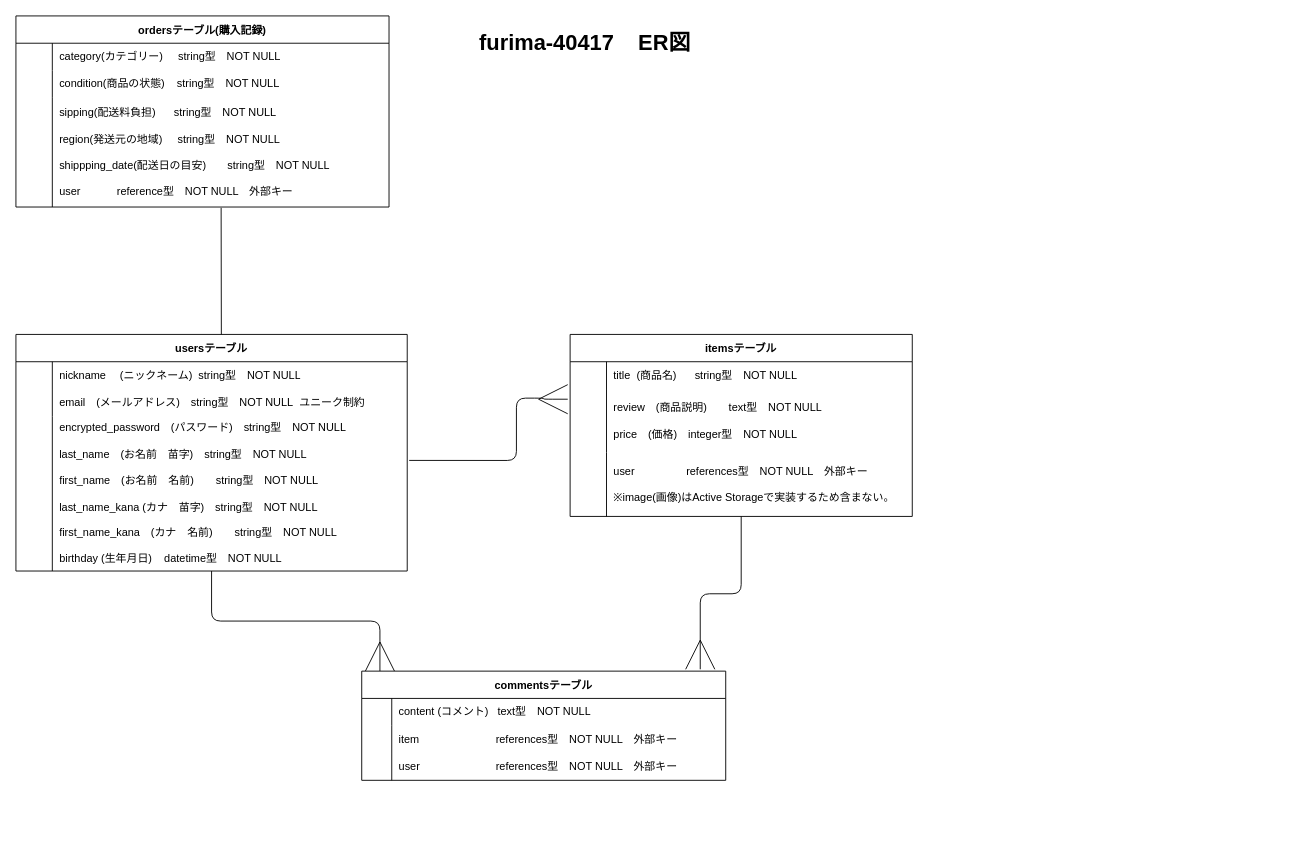
Earlier version of the draw.io diagram app/controllers/saisyuukadai.dio (kumipro/furima-40417). Source tidied: cells renumbered, new cells numbered last; positions are measured from the earlier drawing's top-left corner, leaving out a move shared by most shapes. Both pictures are drawn from the tidied source at 91%, with x=0, y=0 at pixel (15, 15).
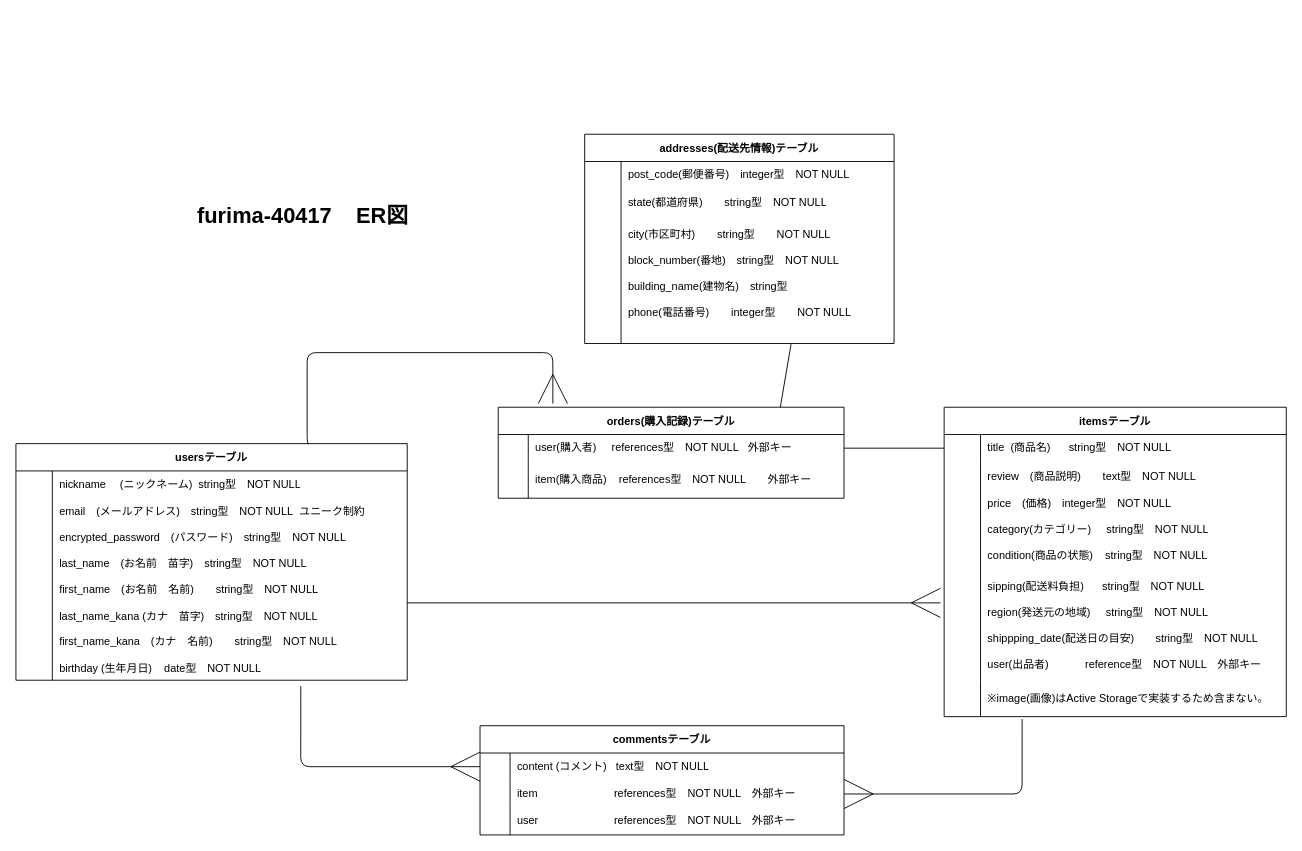
The same diagram, later.

Commit message (it also covers changes not shown here):
ER図　READ ME　修正

The change refers to these unchanged cells:
```xml
<mxCell id="10" style="shape=tableRow;horizontal=0;startSize=0;swimlaneHead=0;swimlaneBody=0;top=0;left=0;bottom=0;right=0;fillColor=none;points=[[0,0.5],[1,0.5]];portConstraint=eastwest;" parent="3" vertex="1">
  <mxGeometry y="90" width="430" height="170" as="geometry" />
</mxCell>
<mxCell id="15" style="shape=tableRow;horizontal=0;startSize=0;swimlaneHead=0;swimlaneBody=0;top=0;left=0;bottom=0;right=0;fillColor=none;points=[[0,0.5],[1,0.5]];portConstraint=eastwest;" parent="14" vertex="1">
  <mxGeometry y="30" width="376" height="30" as="geometry" />
</mxCell>
<mxCell id="25" style="shape=tableRow;horizontal=0;startSize=0;swimlaneHead=0;swimlaneBody=0;top=0;left=0;bottom=0;right=0;fillColor=none;points=[[0,0.5],[1,0.5]];portConstraint=eastwest;" parent="24" vertex="1">
  <mxGeometry y="30" width="400" height="30" as="geometry" />
</mxCell>
<mxCell id="28" style="shape=tableRow;horizontal=0;startSize=0;swimlaneHead=0;swimlaneBody=0;top=0;left=0;bottom=0;right=0;fillColor=none;points=[[0,0.5],[1,0.5]];portConstraint=eastwest;" parent="24" vertex="1">
  <mxGeometry y="60" width="400" height="30" as="geometry" />
</mxCell>
```

What changed in the source:
```diff
@@
-    <mxCell id="2" style="edgeStyle=orthogonalEdgeStyle;html=1;entryX=0.05;entryY=0;entryDx=0;entryDy=0;entryPerimeter=0;endArrow=ERmany;endFill=0;startSize=30;endSize=30;" parent="1" edge="1" source="3" target="24">
-      <mxGeometry relative="1" as="geometry" />
+    <mxCell id="2" style="edgeStyle=orthogonalEdgeStyle;html=1;endArrow=ERmany;endFill=0;startSize=30;endSize=30;exitX=0.728;exitY=1.038;exitDx=0;exitDy=0;exitPerimeter=0;entryX=0;entryY=0.5;entryDx=0;entryDy=0;" parent="1" edge="1" source="10" target="25">
+      <mxGeometry relative="1" as="geometry">
+        <Array as="points">
+          <mxPoint x="313" y="825" />
+        </Array>
+      </mxGeometry>
     </mxCell>
     <mxCell id="3" value="usersテーブル" style="shape=table;startSize=30;childLayout=tableLayout;rowLines=0;fontStyle=1;strokeColor=default;" parent="1" vertex="1">
-      <mxGeometry y="350" width="430" height="260" as="geometry" />
+      <mxGeometry y="470" width="430" height="260" as="geometry" />
     </mxCell>
@@
-    <mxCell id="12" value="encrypted_password　(パスワード)　string型　NOT NULL&lt;br&gt;&lt;br&gt;last_name　(お名前　苗字)　string型　NOT NULL　&lt;br&gt;&lt;br&gt;first_name　(お名前　名前)　　string型　NOT NULL&lt;br&gt;&lt;br&gt;last_name_kana (カナ　苗字)　string型　NOT NULL&lt;br&gt;&lt;br&gt;first_name_kana　(カナ　名前)　　string型　NOT NULL&lt;br&gt;&lt;br&gt;birthday (生年月日)&amp;nbsp; &amp;nbsp; datetime型　NOT NULL" style="shape=partialRectangle;html=1;whiteSpace=wrap;fillColor=none;top=0;left=0;bottom=0;right=0;align=left;spacingLeft=6;overflow=hidden;" parent="10" vertex="1">
+    <mxCell id="12" value="encrypted_password　(パスワード)　string型　NOT NULL&lt;br&gt;&lt;br&gt;last_name　(お名前　苗字)　string型　NOT NULL　&lt;br&gt;&lt;br&gt;first_name　(お名前　名前)　　string型　NOT NULL&lt;br&gt;&lt;br&gt;last_name_kana (カナ　苗字)　string型　NOT NULL&lt;br&gt;&lt;br&gt;first_name_kana　(カナ　名前)　　string型　NOT NULL&lt;br&gt;&lt;br&gt;birthday (生年月日)&amp;nbsp; &amp;nbsp; date型　NOT NULL" style="shape=partialRectangle;html=1;whiteSpace=wrap;fillColor=none;top=0;left=0;bottom=0;right=0;align=left;spacingLeft=6;overflow=hidden;" parent="10" vertex="1">
       <mxGeometry x="40" width="390" height="170" as="geometry" />
     </mxCell>
-    <mxCell id="13" style="edgeStyle=orthogonalEdgeStyle;html=1;entryX=0.93;entryY=-0.017;entryDx=0;entryDy=0;entryPerimeter=0;endArrow=ERmany;endFill=0;startSize=30;endSize=30;" parent="1" edge="1" source="14" target="24">
-      <mxGeometry relative="1" as="geometry" />
+    <mxCell id="13" style="edgeStyle=orthogonalEdgeStyle;html=1;endArrow=ERmany;endFill=0;startSize=30;endSize=30;exitX=0.228;exitY=1.068;exitDx=0;exitDy=0;exitPerimeter=0;entryX=1;entryY=0.5;entryDx=0;entryDy=0;" parent="1" edge="1" source="21" target="28">
+      <mxGeometry relative="1" as="geometry">
+        <Array as="points">
+          <mxPoint x="1106" y="855" />
+        </Array>
+      </mxGeometry>
     </mxCell>
     <mxCell id="14" value="itemsテーブル" style="shape=table;startSize=30;childLayout=tableLayout;rowLines=0;fontStyle=1;" parent="1" vertex="1">
-      <mxGeometry x="609" y="350" width="376" height="200" as="geometry" />
+      <mxGeometry x="1020" y="430" width="376" height="340" as="geometry" />
     </mxCell>
@@
     <mxCell id="18" style="shape=tableRow;horizontal=0;startSize=0;swimlaneHead=0;swimlaneBody=0;top=0;left=0;bottom=0;right=0;fillColor=none;points=[[0,0.5],[1,0.5]];portConstraint=eastwest;" parent="14" vertex="1">
-      <mxGeometry y="60" width="376" height="70" as="geometry" />
+      <mxGeometry y="60" width="376" height="120" as="geometry" />
     </mxCell>
     <mxCell id="19" style="shape=partialRectangle;html=1;whiteSpace=wrap;fillColor=none;top=0;left=0;bottom=0;right=0;overflow=hidden;" parent="18" vertex="1">
-      <mxGeometry width="40" height="70" as="geometry" />
+      <mxGeometry width="40" height="120" as="geometry" />
     </mxCell>
-    <mxCell id="20" value="review　(商品説明)　　text型　NOT NULL&lt;br&gt;&lt;br&gt;price　(価格)　integer型　NOT NULL" style="shape=partialRectangle;html=1;whiteSpace=wrap;fillColor=none;top=0;left=0;bottom=0;right=0;align=left;spacingLeft=6;overflow=hidden;" parent="18" vertex="1">
-      <mxGeometry x="40" width="336" height="70" as="geometry" />
+    <mxCell id="20" value="review　(商品説明)　　text型　NOT NULL&lt;br&gt;&lt;br&gt;price　(価格)　integer型　NOT NULL&lt;br&gt;&lt;br&gt;category(カテゴリー)&amp;nbsp; &amp;nbsp; &amp;nbsp;string型　NOT NULL&lt;br&gt;&lt;br&gt;condition(商品の状態)&amp;nbsp; &amp;nbsp; string型　NOT NULL" style="shape=partialRectangle;html=1;whiteSpace=wrap;fillColor=none;top=0;left=0;bottom=0;right=0;align=left;spacingLeft=6;overflow=hidden;" parent="18" vertex="1">
+      <mxGeometry x="40" width="336" height="120" as="geometry" />
     </mxCell>
+    <mxCell id="41" style="shape=tableRow;horizontal=0;startSize=0;swimlaneHead=0;swimlaneBody=0;top=0;left=0;bottom=0;right=0;fillColor=none;points=[[0,0.5],[1,0.5]];portConstraint=eastwest;" parent="14" vertex="1">
+      <mxGeometry y="180" width="376" height="120" as="geometry" />
+    </mxCell>
+    <mxCell id="42" style="shape=partialRectangle;html=1;whiteSpace=wrap;fillColor=none;top=0;left=0;bottom=0;right=0;overflow=hidden;" parent="41" vertex="1">
+      <mxGeometry width="40" height="120" as="geometry" />
+    </mxCell>
+    <mxCell id="43" value="sipping(配送料負担)&amp;nbsp; &amp;nbsp; &amp;nbsp; string型　NOT NULL&lt;br&gt;&lt;br&gt;region(発送元の地域)&amp;nbsp; &amp;nbsp; &amp;nbsp;string型　NOT NULL&lt;br&gt;&lt;br&gt;shippping_date(配送日の目安)&amp;nbsp; &amp;nbsp; &amp;nbsp; &amp;nbsp;string型　NOT NULL&lt;br&gt;&lt;br&gt;user(出品者)&amp;nbsp; &amp;nbsp; &amp;nbsp; &amp;nbsp; &amp;nbsp; &amp;nbsp; reference型　NOT NULL　外部キー" style="shape=partialRectangle;html=1;whiteSpace=wrap;fillColor=none;top=0;left=0;bottom=0;right=0;align=left;spacingLeft=6;overflow=hidden;" parent="41" vertex="1">
+      <mxGeometry x="40" width="336" height="120" as="geometry" />
+    </mxCell>
     <mxCell id="21" style="shape=tableRow;horizontal=0;startSize=0;swimlaneHead=0;swimlaneBody=0;top=0;left=0;bottom=0;right=0;fillColor=none;points=[[0,0.5],[1,0.5]];portConstraint=eastwest;" parent="14" vertex="1">
-      <mxGeometry y="130" width="376" height="70" as="geometry" />
+      <mxGeometry y="300" width="376" height="40" as="geometry" />
     </mxCell>
     <mxCell id="22" style="shape=partialRectangle;html=1;whiteSpace=wrap;fillColor=none;top=0;left=0;bottom=0;right=0;overflow=hidden;" parent="21" vertex="1">
-      <mxGeometry width="40" height="70" as="geometry" />
+      <mxGeometry width="40" height="40" as="geometry" />
     </mxCell>
-    <mxCell id="23" value="user&amp;nbsp; &amp;nbsp; &amp;nbsp; &amp;nbsp; &amp;nbsp; &amp;nbsp; &amp;nbsp; &amp;nbsp; &amp;nbsp;references型　NOT NULL　外部キー&amp;nbsp; &amp;nbsp;&lt;br&gt;&lt;br&gt;※image(画像)はActive Storageで実装するため含まない。&amp;nbsp;&amp;nbsp;" style="shape=partialRectangle;html=1;whiteSpace=wrap;fillColor=none;top=0;left=0;bottom=0;right=0;align=left;spacingLeft=6;overflow=hidden;" parent="21" vertex="1">
-      <mxGeometry x="40" width="336" height="70" as="geometry" />
+    <mxCell id="23" value="※image(画像)はActive Storageで実装するため含まない。&amp;nbsp;&amp;nbsp;" style="shape=partialRectangle;html=1;whiteSpace=wrap;fillColor=none;top=0;left=0;bottom=0;right=0;align=left;spacingLeft=6;overflow=hidden;" parent="21" vertex="1">
+      <mxGeometry x="40" width="336" height="40" as="geometry" />
     </mxCell>
     <mxCell id="24" value="commentsテーブル" style="shape=table;startSize=30;childLayout=tableLayout;rowLines=0;fontStyle=1;" parent="1" vertex="1">
-      <mxGeometry x="380" y="720" width="400" height="120" as="geometry" />
+      <mxGeometry x="510" y="780" width="400" height="120" as="geometry" />
     </mxCell>
@@
-    <mxCell id="34" value="ordersテーブル(購入記録)" style="shape=table;startSize=30;childLayout=tableLayout;rowLines=0;fontStyle=1;" parent="1" vertex="1">
-      <mxGeometry width="410" height="210" as="geometry" />
+    <mxCell id="34" value="orders(購入記録)テーブル" style="shape=table;startSize=30;childLayout=tableLayout;rowLines=0;fontStyle=1;" parent="1" vertex="1">
+      <mxGeometry x="530" y="430" width="380" height="100" as="geometry" />
     </mxCell>
     <mxCell id="35" style="shape=tableRow;horizontal=0;startSize=0;swimlaneHead=0;swimlaneBody=0;top=0;left=0;bottom=0;right=0;fillColor=none;points=[[0,0.5],[1,0.5]];portConstraint=eastwest;" parent="34" vertex="1">
-      <mxGeometry y="30" width="410" height="30" as="geometry" />
+      <mxGeometry y="30" width="380" height="30" as="geometry" />
     </mxCell>
     <mxCell id="36" style="shape=partialRectangle;html=1;whiteSpace=wrap;fillColor=none;top=0;left=0;bottom=0;right=0;overflow=hidden;" parent="35" vertex="1">
-      <mxGeometry width="40" height="30" as="geometry" />
+      <mxGeometry width="33" height="30" as="geometry" />
     </mxCell>
-    <mxCell id="37" value="category(カテゴリー)&amp;nbsp; &amp;nbsp; &amp;nbsp;string型　NOT NULL" style="shape=partialRectangle;html=1;whiteSpace=wrap;fillColor=none;top=0;left=0;bottom=0;right=0;align=left;spacingLeft=6;overflow=hidden;" parent="35" vertex="1">
-      <mxGeometry x="40" width="370" height="30" as="geometry" />
+    <mxCell id="37" value="user(購入者)&amp;nbsp; &amp;nbsp; &amp;nbsp;references型　NOT NULL&amp;nbsp; &amp;nbsp;外部キー" style="shape=partialRectangle;html=1;whiteSpace=wrap;fillColor=none;top=0;left=0;bottom=0;right=0;align=left;spacingLeft=6;overflow=hidden;" parent="35" vertex="1">
+      <mxGeometry x="33" width="347" height="30" as="geometry" />
     </mxCell>
     <mxCell id="38" style="shape=tableRow;horizontal=0;startSize=0;swimlaneHead=0;swimlaneBody=0;top=0;left=0;bottom=0;right=0;fillColor=none;" parent="34" vertex="1">
-      <mxGeometry y="60" width="410" height="30" as="geometry" />
+      <mxGeometry y="60" width="380" height="40" as="geometry" />
     </mxCell>
     <mxCell id="39" style="shape=partialRectangle;html=1;whiteSpace=wrap;fillColor=none;top=0;left=0;bottom=0;right=0;overflow=hidden;" parent="38" vertex="1">
-      <mxGeometry width="40" height="30" as="geometry" />
+      <mxGeometry width="33" height="40" as="geometry" />
     </mxCell>
-    <mxCell id="40" value="condition(商品の状態)&amp;nbsp; &amp;nbsp; string型　NOT NULL" style="shape=partialRectangle;html=1;whiteSpace=wrap;fillColor=none;top=0;left=0;bottom=0;right=0;align=left;spacingLeft=6;overflow=hidden;" parent="38" vertex="1">
-      <mxGeometry x="40" width="370" height="30" as="geometry" />
+    <mxCell id="40" value="item(購入商品)&amp;nbsp; &amp;nbsp; references型　NOT NULL　　外部キー" style="shape=partialRectangle;html=1;whiteSpace=wrap;fillColor=none;top=0;left=0;bottom=0;right=0;align=left;spacingLeft=6;overflow=hidden;" parent="38" vertex="1">
+      <mxGeometry x="33" width="347" height="40" as="geometry" />
     </mxCell>
-    <mxCell id="41" style="shape=tableRow;horizontal=0;startSize=0;swimlaneHead=0;swimlaneBody=0;top=0;left=0;bottom=0;right=0;fillColor=none;points=[[0,0.5],[1,0.5]];portConstraint=eastwest;" parent="34" vertex="1">
-      <mxGeometry y="90" width="410" height="120" as="geometry" />
-    </mxCell>
-    <mxCell id="42" style="shape=partialRectangle;html=1;whiteSpace=wrap;fillColor=none;top=0;left=0;bottom=0;right=0;overflow=hidden;" parent="41" vertex="1">
-      <mxGeometry width="40" height="120" as="geometry" />
-    </mxCell>
-    <mxCell id="43" value="sipping(配送料負担)&amp;nbsp; &amp;nbsp; &amp;nbsp; string型　NOT NULL&lt;br&gt;&lt;br&gt;region(発送元の地域)&amp;nbsp; &amp;nbsp; &amp;nbsp;string型　NOT NULL&lt;br&gt;&lt;br&gt;shippping_date(配送日の目安)&amp;nbsp; &amp;nbsp; &amp;nbsp; &amp;nbsp;string型　NOT NULL&lt;br&gt;&lt;br&gt;user&amp;nbsp; &amp;nbsp; &amp;nbsp; &amp;nbsp; &amp;nbsp; &amp;nbsp; reference型　NOT NULL　外部キー" style="shape=partialRectangle;html=1;whiteSpace=wrap;fillColor=none;top=0;left=0;bottom=0;right=0;align=left;spacingLeft=6;overflow=hidden;" parent="41" vertex="1">
-      <mxGeometry x="40" width="370" height="120" as="geometry" />
-    </mxCell>
-    <mxCell id="44" style="edgeStyle=orthogonalEdgeStyle;html=1;endArrow=ERmany;endFill=0;startSize=30;endSize=30;exitX=1.005;exitY=0.285;exitDx=0;exitDy=0;exitPerimeter=0;entryX=-0.007;entryY=0.16;entryDx=0;entryDy=0;entryPerimeter=0;" parent="1" edge="1" source="10" target="18">
-      <mxGeometry relative="1" as="geometry">
-        <Array as="points">
-          <mxPoint x="550" y="489" />
-          <mxPoint x="550" y="420" />
-          <mxPoint x="580" y="420" />
-          <mxPoint x="580" y="421" />
-        </Array>
-      </mxGeometry>
-    </mxCell>
-    <mxCell id="45" style="endArrow=none;html=1;startSize=30;endSize=30;entryX=0.55;entryY=1.007;entryDx=0;entryDy=0;entryPerimeter=0;exitX=0.525;exitY=0;exitDx=0;exitDy=0;exitPerimeter=0;" parent="1" edge="1" source="3" target="41">
-      <mxGeometry relative="1" as="geometry" />
-    </mxCell>
     <mxCell id="46" value="furima-40417&amp;nbsp; &amp;nbsp; ER図" style="text;strokeColor=none;fillColor=none;html=1;fontSize=24;fontStyle=1;verticalAlign=middle;align=center;" parent="1" vertex="1">
-      <mxGeometry x="460" y="10" width="330" height="40" as="geometry" />
+      <mxGeometry x="150" y="200" width="330" height="40" as="geometry" />
     </mxCell>
+    <mxCell id="47" style="edgeStyle=orthogonalEdgeStyle;html=1;endArrow=ERmany;endFill=0;startSize=30;endSize=30;exitX=1;exitY=0.5;exitDx=0;exitDy=0;" parent="1" edge="1" source="10">
+      <mxGeometry relative="1" as="geometry">
+        <mxPoint x="1016" y="645" as="targetPoint" />
+        <Array as="points">
+          <mxPoint x="980" y="645" />
+          <mxPoint x="980" y="645" />
+        </Array>
+      </mxGeometry>
+    </mxCell>
+    <mxCell id="48" style="endArrow=none;html=1;startSize=30;endSize=30;exitX=1;exitY=0.5;exitDx=0;exitDy=0;entryX=0;entryY=0.5;entryDx=0;entryDy=0;" parent="1" edge="1" source="35" target="15">
+      <mxGeometry relative="1" as="geometry" />
+    </mxCell>
+    <mxCell id="49" value="addresses(配送先情報)テーブル" style="shape=table;startSize=30;childLayout=tableLayout;rowLines=0;fontStyle=1;strokeColor=default;" parent="1" vertex="1">
+      <mxGeometry x="625" y="130" width="340" height="230" as="geometry" />
+    </mxCell>
+    <mxCell id="50" style="shape=tableRow;horizontal=0;startSize=0;swimlaneHead=0;swimlaneBody=0;top=0;left=0;bottom=0;right=0;fillColor=none;strokeColor=default;" parent="49" vertex="1">
+      <mxGeometry y="30" width="340" height="30" as="geometry" />
+    </mxCell>
+    <mxCell id="51" style="shape=partialRectangle;html=1;whiteSpace=wrap;fillColor=none;top=0;left=0;bottom=0;right=0;overflow=hidden;strokeColor=default;" parent="50" vertex="1">
+      <mxGeometry width="40" height="30" as="geometry" />
+    </mxCell>
+    <mxCell id="52" value="post_code(郵便番号)　integer型　NOT NULL" style="shape=partialRectangle;html=1;whiteSpace=wrap;fillColor=none;top=0;left=0;bottom=0;right=0;align=left;spacingLeft=6;overflow=hidden;strokeColor=default;" parent="50" vertex="1">
+      <mxGeometry x="40" width="300" height="30" as="geometry" />
+    </mxCell>
+    <mxCell id="53" style="shape=tableRow;horizontal=0;startSize=0;swimlaneHead=0;swimlaneBody=0;top=0;left=0;bottom=0;right=0;fillColor=none;strokeColor=default;" parent="49" vertex="1">
+      <mxGeometry y="60" width="340" height="30" as="geometry" />
+    </mxCell>
+    <mxCell id="54" style="shape=partialRectangle;html=1;whiteSpace=wrap;fillColor=none;top=0;left=0;bottom=0;right=0;overflow=hidden;strokeColor=default;" parent="53" vertex="1">
+      <mxGeometry width="40" height="30" as="geometry" />
+    </mxCell>
+    <mxCell id="55" value="state(都道府県)　　string型　NOT NULL" style="shape=partialRectangle;html=1;whiteSpace=wrap;fillColor=none;top=0;left=0;bottom=0;right=0;align=left;spacingLeft=6;overflow=hidden;strokeColor=default;" parent="53" vertex="1">
+      <mxGeometry x="40" width="300" height="30" as="geometry" />
+    </mxCell>
+    <mxCell id="56" style="shape=tableRow;horizontal=0;startSize=0;swimlaneHead=0;swimlaneBody=0;top=0;left=0;bottom=0;right=0;fillColor=none;points=[[0,0.5],[1,0.5]];portConstraint=eastwest;strokeColor=default;" parent="49" vertex="1">
+      <mxGeometry y="90" width="340" height="140" as="geometry" />
+    </mxCell>
+    <mxCell id="57" style="shape=partialRectangle;html=1;whiteSpace=wrap;fillColor=none;top=0;left=0;bottom=0;right=0;overflow=hidden;strokeColor=default;" parent="56" vertex="1">
+      <mxGeometry width="40" height="140" as="geometry" />
+    </mxCell>
+    <mxCell id="58" value="city(市区町村)　　string型　　NOT NULL&lt;br&gt;&lt;br&gt;block_number(番地)　string型　NOT NULL&lt;br&gt;&lt;br&gt;building_name(建物名)　string型&lt;br&gt;&lt;br&gt;phone(電話番号)　　integer型　　NOT NULL&lt;br&gt;&lt;br&gt;" style="shape=partialRectangle;html=1;whiteSpace=wrap;fillColor=none;top=0;left=0;bottom=0;right=0;align=left;spacingLeft=6;overflow=hidden;strokeColor=default;" parent="56" vertex="1">
+      <mxGeometry x="40" width="300" height="140" as="geometry" />
+    </mxCell>
+    <mxCell id="59" style="endArrow=none;html=1;startSize=30;endSize=30;entryX=0.667;entryY=1.005;entryDx=0;entryDy=0;entryPerimeter=0;" parent="1" edge="1" target="56">
+      <mxGeometry relative="1" as="geometry">
+        <mxPoint x="840" y="430" as="sourcePoint" />
+      </mxGeometry>
+    </mxCell>
+    <mxCell id="60" style="edgeStyle=orthogonalEdgeStyle;html=1;endArrow=ERmany;endFill=0;startSize=30;endSize=30;exitX=0.75;exitY=0;exitDx=0;exitDy=0;entryX=0.158;entryY=-0.04;entryDx=0;entryDy=0;entryPerimeter=0;" parent="1" edge="1" source="3" target="34">
+      <mxGeometry relative="1" as="geometry">
+        <Array as="points">
+          <mxPoint x="320" y="470" />
+          <mxPoint x="320" y="370" />
+          <mxPoint x="590" y="370" />
+        </Array>
+      </mxGeometry>
+    </mxCell>
```
